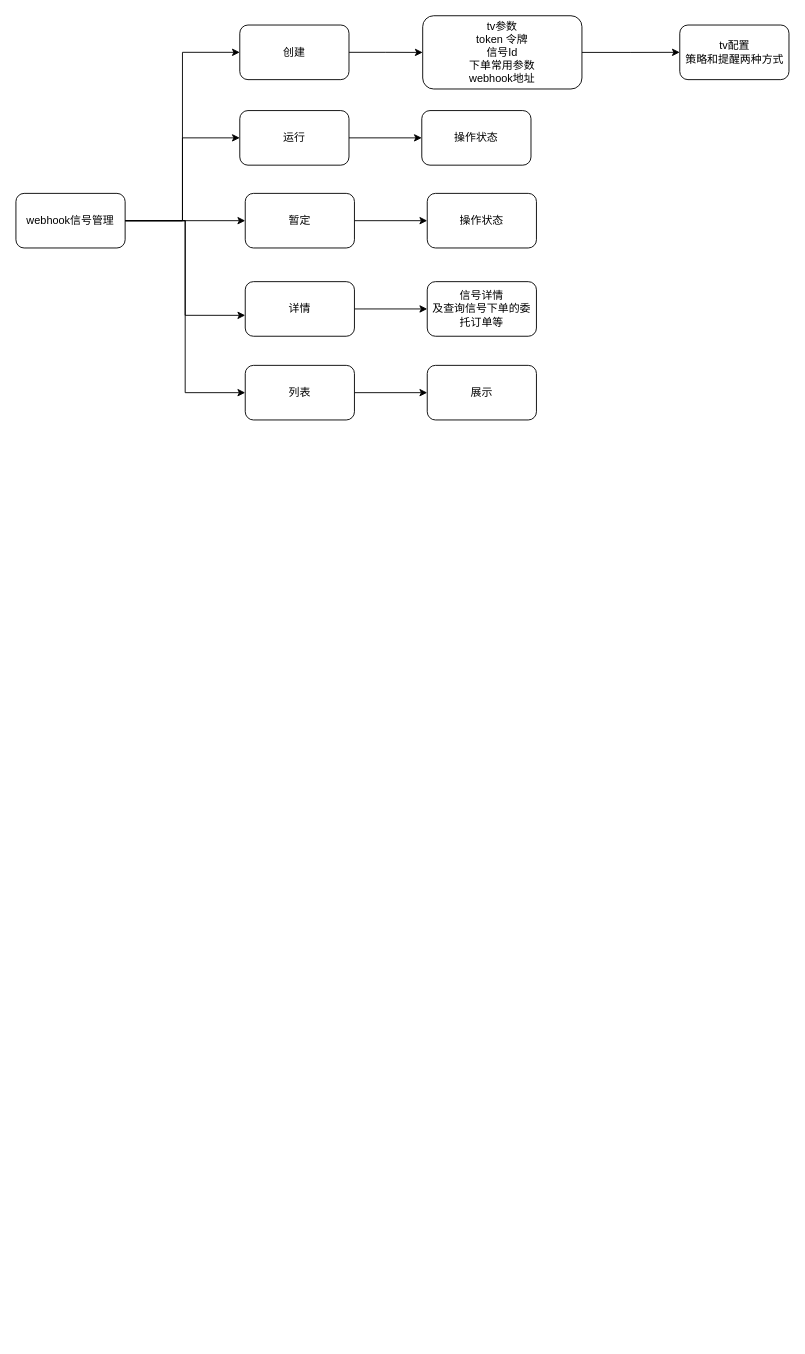
Earlier version of the draw.io diagram webhook.drawio (xu-xiwei/drawio). Source tidied: cells renumbered, new cells numbered last; positions are measured from the earlier drawing's top-left corner, leaving out a move shared by most shapes. Both pictures are drawn from the tidied source at 91%, with x=0, y=0 at pixel (15, 15).
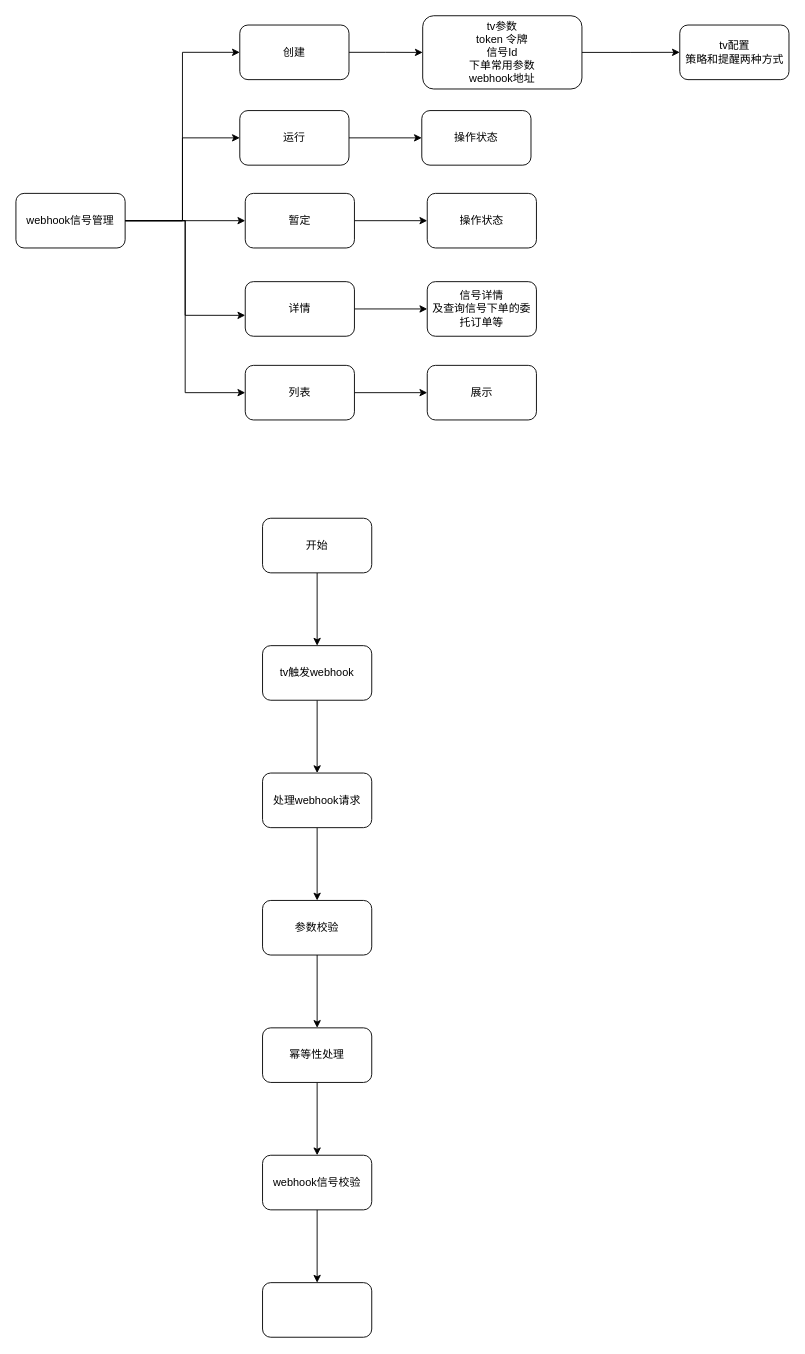
After the change.

Change to the diagram source:
```diff
@@
+    <mxCell id="25" style="edgeStyle=orthogonalEdgeStyle;rounded=0;jettySize=auto;html=1;" parent="1" edge="1" source="26" target="28">
+      <mxGeometry relative="1" as="geometry" />
+    </mxCell>
+    <mxCell id="26" value="开始" style="rounded=1;whiteSpace=wrap;html=1;" parent="1" vertex="1">
+      <mxGeometry x="271" y="552" width="120" height="60" as="geometry" />
+    </mxCell>
+    <mxCell id="27" style="edgeStyle=orthogonalEdgeStyle;rounded=0;jettySize=auto;html=1;" parent="1" edge="1" source="28" target="30">
+      <mxGeometry relative="1" as="geometry" />
+    </mxCell>
+    <mxCell id="28" value="tv触发webhook" style="whiteSpace=wrap;html=1;rounded=1;" parent="1" vertex="1">
+      <mxGeometry x="271" y="692" width="120" height="60" as="geometry" />
+    </mxCell>
+    <mxCell id="29" style="edgeStyle=orthogonalEdgeStyle;rounded=0;jettySize=auto;html=1;" parent="1" edge="1" source="30" target="32">
+      <mxGeometry relative="1" as="geometry" />
+    </mxCell>
+    <mxCell id="30" value="处理webhook请求" style="whiteSpace=wrap;html=1;rounded=1;" parent="1" vertex="1">
+      <mxGeometry x="271" y="832" width="120" height="60" as="geometry" />
+    </mxCell>
+    <mxCell id="31" style="edgeStyle=orthogonalEdgeStyle;rounded=0;jettySize=auto;html=1;" parent="1" edge="1" source="32" target="34">
+      <mxGeometry relative="1" as="geometry" />
+    </mxCell>
+    <mxCell id="32" value="参数校验" style="whiteSpace=wrap;html=1;rounded=1;" parent="1" vertex="1">
+      <mxGeometry x="271" y="972" width="120" height="60" as="geometry" />
+    </mxCell>
+    <mxCell id="33" style="edgeStyle=orthogonalEdgeStyle;rounded=0;jettySize=auto;html=1;" parent="1" edge="1" source="34" target="36">
+      <mxGeometry relative="1" as="geometry" />
+    </mxCell>
+    <mxCell id="34" value="幂等性处理" style="whiteSpace=wrap;html=1;rounded=1;" parent="1" vertex="1">
+      <mxGeometry x="271" y="1112" width="120" height="60" as="geometry" />
+    </mxCell>
+    <mxCell id="35" style="edgeStyle=orthogonalEdgeStyle;rounded=0;jettySize=auto;html=1;" parent="1" edge="1" source="36" target="37">
+      <mxGeometry relative="1" as="geometry" />
+    </mxCell>
+    <mxCell id="36" value="webhook信号校验" style="whiteSpace=wrap;html=1;rounded=1;" parent="1" vertex="1">
+      <mxGeometry x="271" y="1252" width="120" height="60" as="geometry" />
+    </mxCell>
+    <mxCell id="37" style="whiteSpace=wrap;html=1;rounded=1;" parent="1" vertex="1">
+      <mxGeometry x="271" y="1392" width="120" height="60" as="geometry" />
+    </mxCell>
```
